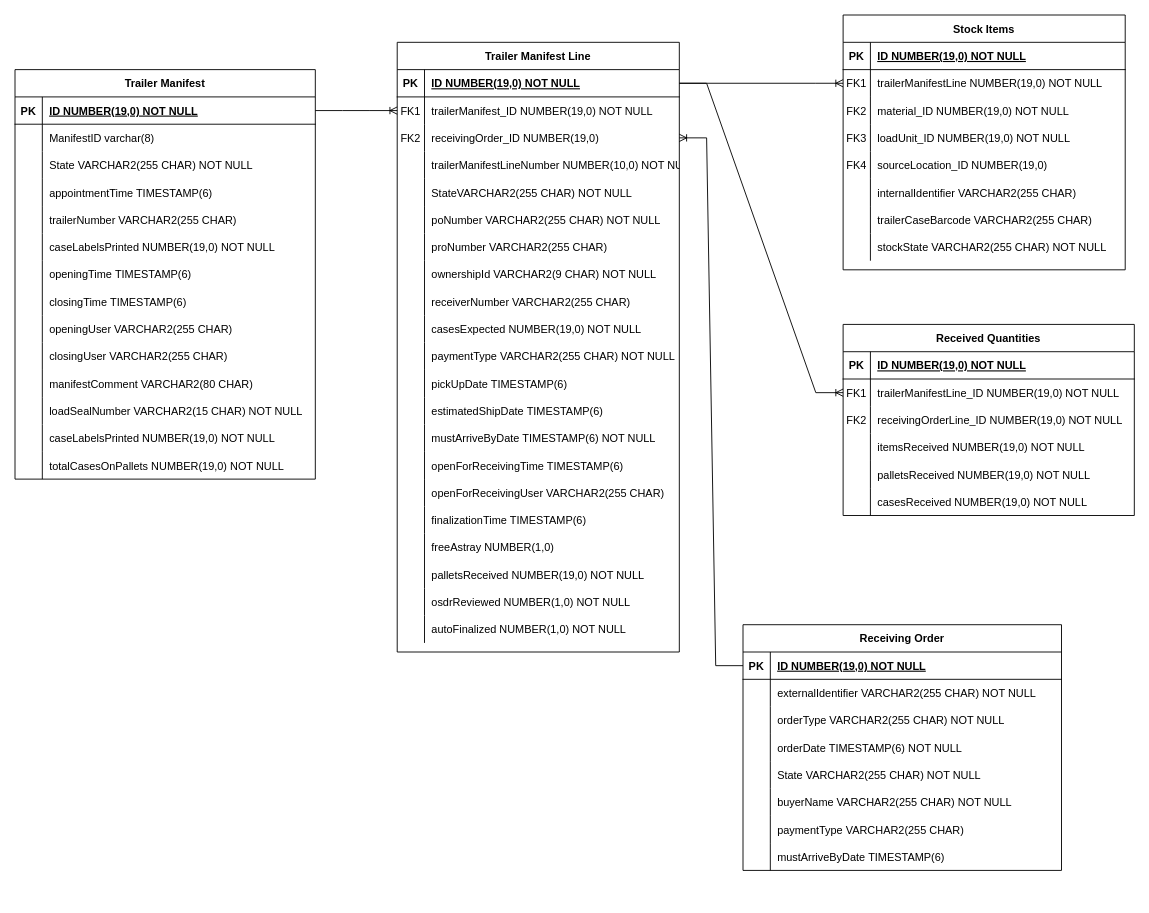
The draw.io diagram receivers.drawio in itzelvigil/RepositorioPrueba, before the edit. Source tidied: cells renumbered, new cells numbered last; positions are measured from the earlier drawing's top-left corner, leaving out a move shared by most shapes. Both pictures are drawn from the tidied source at 91%, with x=0, y=0 at pixel (15, 15).
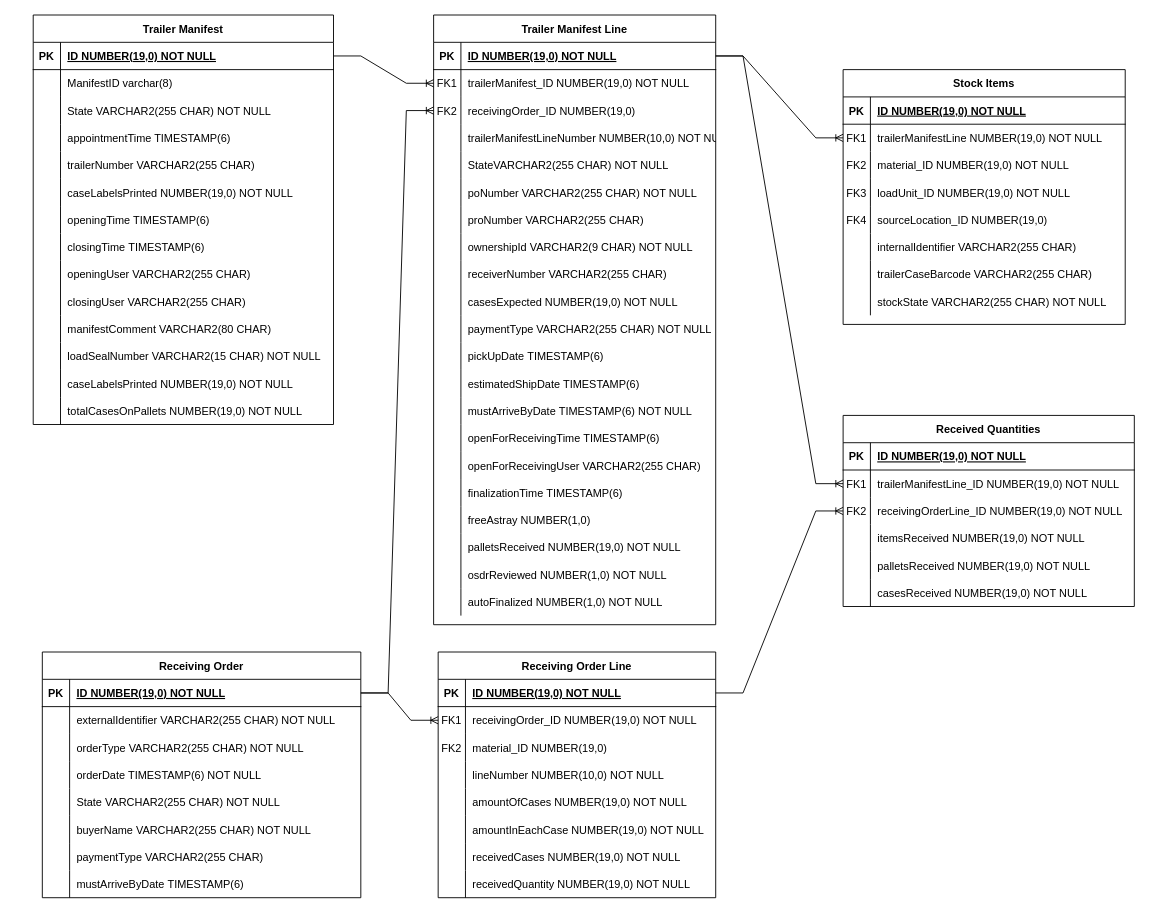
Above is the later version.

Unchanged cells that the change refers to:
```xml
<mxCell id="9" style="shape=tableRow;horizontal=0;startSize=0;swimlaneHead=0;swimlaneBody=0;fillColor=none;points=[[0,0.5],[1,0.5]];portConstraint=eastwest;top=0;left=0;right=0;bottom=0;labelBackgroundColor=none;labelBorderColor=none;" parent="2" vertex="1">
  <mxGeometry y="90" width="310" height="30" as="geometry" />
</mxCell>
<mxCell id="142" style="shape=tableRow;horizontal=0;startSize=0;swimlaneHead=0;swimlaneBody=0;fillColor=none;points=[[0,0.5],[1,0.5]];portConstraint=eastwest;top=0;left=0;right=0;bottom=0;labelBackgroundColor=none;labelBorderColor=none;" parent="135" vertex="1">
  <mxGeometry y="90" width="320" height="30" as="geometry" />
</mxCell>
<mxCell id="157" style="shape=tableRow;horizontal=0;startSize=0;swimlaneHead=0;swimlaneBody=0;fillColor=none;points=[[0,0.5],[1,0.5]];portConstraint=eastwest;top=0;left=0;right=0;bottom=1;labelBackgroundColor=none;labelBorderColor=none;" parent="156" vertex="1">
  <mxGeometry y="30" width="350" height="30" as="geometry" />
</mxCell>
```

Change to the diagram source:
```diff
@@
     <mxCell id="2" value="Trailer Manifest Line" style="shape=table;startSize=30;childLayout=tableLayout;rowLines=0;fontStyle=1;align=center;" parent="1" vertex="1">
-      <mxGeometry x="420" y="30" width="310" height="670" as="geometry" />
+      <mxGeometry x="460" width="310" height="670" as="geometry" />
     </mxCell>
@@
     <mxCell id="66" value="Stock Items" style="shape=table;startSize=30;childLayout=tableLayout;rowLines=0;fontStyle=1;align=center;" parent="1" vertex="1">
-      <mxGeometry x="910" width="310" height="280" as="geometry" />
+      <mxGeometry x="910" y="60" width="310" height="280" as="geometry" />
     </mxCell>
@@
     <mxCell id="91" value="Trailer Manifest" style="shape=table;startSize=30;childLayout=tableLayout;rowLines=0;fontStyle=1;align=center;" parent="1" vertex="1">
-      <mxGeometry y="60" width="330" height="450" as="geometry" />
+      <mxGeometry x="20" width="330" height="450" as="geometry" />
     </mxCell>
@@
     <mxCell id="135" value="Received Quantities" style="shape=table;startSize=30;childLayout=tableLayout;rowLines=0;fontStyle=1;align=center;labelBackgroundColor=none;labelBorderColor=none;" parent="1" vertex="1">
-      <mxGeometry x="910" y="340" width="320" height="210" as="geometry" />
+      <mxGeometry x="910" y="440" width="320" height="210" as="geometry" />
     </mxCell>
@@
     <mxCell id="156" value="Receiving Order" style="shape=table;startSize=30;childLayout=tableLayout;rowLines=0;fontStyle=1;align=center;labelBackgroundColor=none;labelBorderColor=none;" parent="1" vertex="1">
-      <mxGeometry x="800" y="670" width="350" height="270" as="geometry" />
+      <mxGeometry x="30" y="700" width="350" height="270" as="geometry" />
     </mxCell>
@@
+    <mxCell id="182" value="Receiving Order Line" style="shape=table;startSize=30;childLayout=tableLayout;rowLines=0;fontStyle=1;align=center;labelBackgroundColor=none;labelBorderColor=none;" parent="1" vertex="1">
+      <mxGeometry x="465" y="700" width="305" height="270" as="geometry" />
+    </mxCell>
+    <mxCell id="183" style="shape=tableRow;horizontal=0;startSize=0;swimlaneHead=0;swimlaneBody=0;fillColor=none;points=[[0,0.5],[1,0.5]];portConstraint=eastwest;top=0;left=0;right=0;bottom=1;labelBackgroundColor=none;labelBorderColor=none;" parent="182" vertex="1">
+      <mxGeometry y="30" width="305" height="30" as="geometry" />
+    </mxCell>
+    <mxCell id="184" value="PK" style="shape=partialRectangle;fillColor=none;top=0;left=0;bottom=0;right=0;fontStyle=1;overflow=hidden;labelBackgroundColor=none;labelBorderColor=none;" parent="183" vertex="1">
+      <mxGeometry width="30" height="30" as="geometry" />
+    </mxCell>
+    <mxCell id="185" value="ID NUMBER(19,0) NOT NULL" style="shape=partialRectangle;fillColor=none;top=0;left=0;bottom=0;right=0;align=left;spacingLeft=6;fontStyle=5;overflow=hidden;labelBackgroundColor=none;labelBorderColor=none;" parent="183" vertex="1">
+      <mxGeometry x="30" width="275" height="30" as="geometry" />
+    </mxCell>
+    <mxCell id="186" style="shape=tableRow;horizontal=0;startSize=0;swimlaneHead=0;swimlaneBody=0;fillColor=none;points=[[0,0.5],[1,0.5]];portConstraint=eastwest;top=0;left=0;right=0;bottom=0;labelBackgroundColor=none;labelBorderColor=none;" parent="182" vertex="1">
+      <mxGeometry y="60" width="305" height="30" as="geometry" />
+    </mxCell>
+    <mxCell id="187" value="FK1" style="shape=partialRectangle;fillColor=none;top=0;left=0;bottom=0;right=0;fontStyle=0;overflow=hidden;labelBackgroundColor=none;labelBorderColor=none;" parent="186" vertex="1">
+      <mxGeometry width="30" height="30" as="geometry" />
+    </mxCell>
+    <mxCell id="188" value="receivingOrder_ID NUMBER(19,0) NOT NULL" style="shape=partialRectangle;fillColor=none;top=0;left=0;bottom=0;right=0;align=left;spacingLeft=6;fontStyle=0;overflow=hidden;labelBackgroundColor=none;labelBorderColor=none;" parent="186" vertex="1">
+      <mxGeometry x="30" width="275" height="30" as="geometry" />
+    </mxCell>
+    <mxCell id="189" style="shape=tableRow;horizontal=0;startSize=0;swimlaneHead=0;swimlaneBody=0;fillColor=none;top=0;left=0;right=0;bottom=0;labelBackgroundColor=none;labelBorderColor=none;" parent="182" vertex="1">
+      <mxGeometry y="90" width="305" height="30" as="geometry" />
+    </mxCell>
+    <mxCell id="190" value="FK2" style="shape=partialRectangle;fillColor=none;top=0;left=0;bottom=0;right=0;fontStyle=0;overflow=hidden;labelBackgroundColor=none;labelBorderColor=none;" parent="189" vertex="1">
+      <mxGeometry width="30" height="30" as="geometry" />
+    </mxCell>
+    <mxCell id="191" value="material_ID NUMBER(19,0)" style="shape=partialRectangle;fillColor=none;top=0;left=0;bottom=0;right=0;align=left;spacingLeft=6;fontStyle=0;overflow=hidden;labelBackgroundColor=none;labelBorderColor=none;" parent="189" vertex="1">
+      <mxGeometry x="30" width="275" height="30" as="geometry" />
+    </mxCell>
+    <mxCell id="192" style="shape=tableRow;horizontal=0;startSize=0;swimlaneHead=0;swimlaneBody=0;fillColor=none;top=0;left=0;right=0;bottom=0;labelBackgroundColor=none;labelBorderColor=none;" parent="182" vertex="1">
+      <mxGeometry y="120" width="305" height="30" as="geometry" />
+    </mxCell>
+    <mxCell id="193" style="shape=partialRectangle;fillColor=none;top=0;left=0;bottom=0;right=0;overflow=hidden;labelBackgroundColor=none;labelBorderColor=none;" parent="192" vertex="1">
+      <mxGeometry width="30" height="30" as="geometry" />
+    </mxCell>
+    <mxCell id="194" value="lineNumber NUMBER(10,0) NOT NULL" style="shape=partialRectangle;fillColor=none;top=0;left=0;bottom=0;right=0;align=left;spacingLeft=6;overflow=hidden;labelBackgroundColor=none;labelBorderColor=none;" parent="192" vertex="1">
+      <mxGeometry x="30" width="275" height="30" as="geometry" />
+    </mxCell>
+    <mxCell id="195" style="shape=tableRow;horizontal=0;startSize=0;swimlaneHead=0;swimlaneBody=0;fillColor=none;top=0;left=0;right=0;bottom=0;labelBackgroundColor=none;labelBorderColor=none;" parent="182" vertex="1">
+      <mxGeometry y="150" width="305" height="30" as="geometry" />
+    </mxCell>
+    <mxCell id="196" style="shape=partialRectangle;fillColor=none;top=0;left=0;bottom=0;right=0;overflow=hidden;labelBackgroundColor=none;labelBorderColor=none;" parent="195" vertex="1">
+      <mxGeometry width="30" height="30" as="geometry" />
+    </mxCell>
+    <mxCell id="197" value="amountOfCases NUMBER(19,0) NOT NULL" style="shape=partialRectangle;fillColor=none;top=0;left=0;bottom=0;right=0;align=left;spacingLeft=6;overflow=hidden;labelBackgroundColor=none;labelBorderColor=none;" parent="195" vertex="1">
+      <mxGeometry x="30" width="275" height="30" as="geometry" />
+    </mxCell>
+    <mxCell id="198" style="shape=tableRow;horizontal=0;startSize=0;swimlaneHead=0;swimlaneBody=0;fillColor=none;top=0;left=0;right=0;bottom=0;labelBackgroundColor=none;labelBorderColor=none;" parent="182" vertex="1">
+      <mxGeometry y="180" width="305" height="30" as="geometry" />
+    </mxCell>
+    <mxCell id="199" style="shape=partialRectangle;fillColor=none;top=0;left=0;bottom=0;right=0;overflow=hidden;labelBackgroundColor=none;labelBorderColor=none;" parent="198" vertex="1">
+      <mxGeometry width="30" height="30" as="geometry" />
+    </mxCell>
+    <mxCell id="200" value="amountInEachCase NUMBER(19,0) NOT NULL" style="shape=partialRectangle;fillColor=none;top=0;left=0;bottom=0;right=0;align=left;spacingLeft=6;overflow=hidden;labelBackgroundColor=none;labelBorderColor=none;" parent="198" vertex="1">
+      <mxGeometry x="30" width="275" height="30" as="geometry" />
+    </mxCell>
+    <mxCell id="201" style="shape=tableRow;horizontal=0;startSize=0;swimlaneHead=0;swimlaneBody=0;fillColor=none;top=0;left=0;right=0;bottom=0;labelBackgroundColor=none;labelBorderColor=none;" parent="182" vertex="1">
+      <mxGeometry y="210" width="305" height="30" as="geometry" />
+    </mxCell>
+    <mxCell id="202" style="shape=partialRectangle;fillColor=none;top=0;left=0;bottom=0;right=0;overflow=hidden;labelBackgroundColor=none;labelBorderColor=none;" parent="201" vertex="1">
+      <mxGeometry width="30" height="30" as="geometry" />
+    </mxCell>
+    <mxCell id="203" value="receivedCases NUMBER(19,0) NOT NULL" style="shape=partialRectangle;fillColor=none;top=0;left=0;bottom=0;right=0;align=left;spacingLeft=6;overflow=hidden;labelBackgroundColor=none;labelBorderColor=none;" parent="201" vertex="1">
+      <mxGeometry x="30" width="275" height="30" as="geometry" />
+    </mxCell>
+    <mxCell id="204" style="shape=tableRow;horizontal=0;startSize=0;swimlaneHead=0;swimlaneBody=0;fillColor=none;top=0;left=0;right=0;bottom=0;labelBackgroundColor=none;labelBorderColor=none;" parent="182" vertex="1">
+      <mxGeometry y="240" width="305" height="30" as="geometry" />
+    </mxCell>
+    <mxCell id="205" style="shape=partialRectangle;fillColor=none;top=0;left=0;bottom=0;right=0;overflow=hidden;labelBackgroundColor=none;labelBorderColor=none;" parent="204" vertex="1">
+      <mxGeometry width="30" height="30" as="geometry" />
+    </mxCell>
+    <mxCell id="206" value="receivedQuantity NUMBER(19,0) NOT NULL" style="shape=partialRectangle;fillColor=none;top=0;left=0;bottom=0;right=0;align=left;spacingLeft=6;overflow=hidden;labelBackgroundColor=none;labelBorderColor=none;" parent="204" vertex="1">
+      <mxGeometry x="30" width="275" height="30" as="geometry" />
+    </mxCell>
+    <mxCell id="207" style="edgeStyle=entityRelationEdgeStyle;fontSize=12;html=1;endArrow=ERoneToMany;rounded=0;exitX=1;exitY=0.5;exitDx=0;exitDy=0;entryX=0;entryY=0.5;entryDx=0;entryDy=0;" parent="1" edge="1" source="157" target="186">
+      <mxGeometry relative="1" as="geometry" />
+    </mxCell>
+    <mxCell id="208" style="edgeStyle=entityRelationEdgeStyle;fontSize=12;html=1;endArrow=ERoneToMany;rounded=0;exitX=1;exitY=0.5;exitDx=0;exitDy=0;" parent="1" edge="1" source="183" target="142">
+      <mxGeometry relative="1" as="geometry" />
+    </mxCell>
-    <mxCell id="181" style="edgeStyle=entityRelationEdgeStyle;fontSize=12;html=1;endArrow=ERoneToMany;rounded=0;" parent="1" edge="1" source="157" target="9">
+    <mxCell id="181" style="edgeStyle=entityRelationEdgeStyle;fontSize=12;html=1;endArrow=ERoneToMany;rounded=0;exitX=1;exitY=0.5;exitDx=0;exitDy=0;entryX=0;entryY=0.5;entryDx=0;entryDy=0;" parent="1" edge="1" source="157" target="9">
       <mxGeometry relative="1" as="geometry" />
     </mxCell>
```
